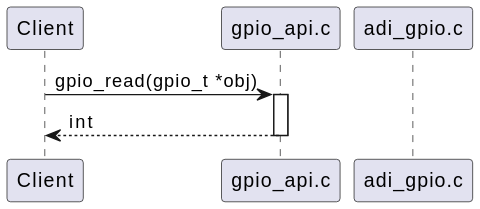
This is ai-design/sequence/gpio_read.svg from Bhagyani08/test_project, a PlantUML export, as it was before one commit.
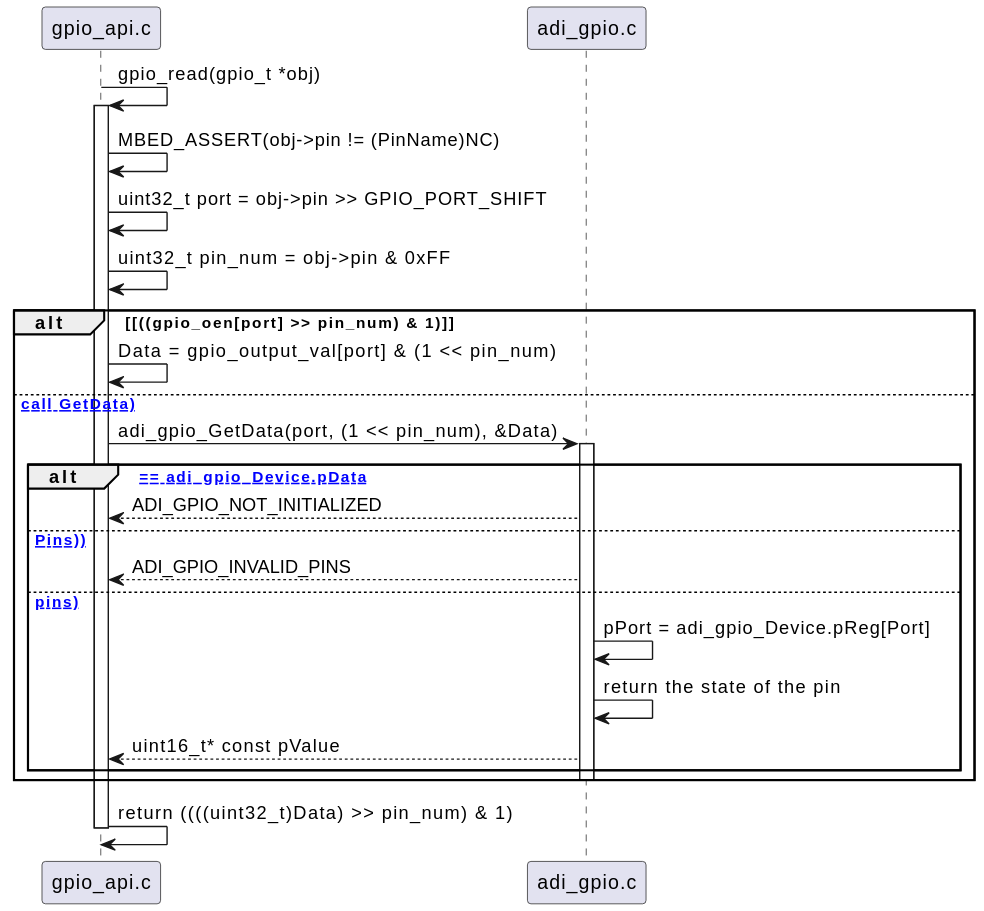
Later version of the same file.

Commit message:
Auto-update AI design diagrams

The edit, as a diff of the source:
```diff
@@ -1,12 +1,31 @@
 @startuml
-participant "Client"
 participant "gpio_api.c" as gpio_api_c
 participant "adi_gpio.c" as adi_gpio_c
 
-Client -> gpio_api_c : gpio_read(gpio_t *obj)
+gpio_api_c -> gpio_api_c : gpio_read(gpio_t *obj)
 activate gpio_api_c
 
-gpio_api_c --> Client : int
+gpio_api_c -> gpio_api_c : MBED_ASSERT(obj->pin != (PinName)NC)
+gpio_api_c -> gpio_api_c : uint32_t port = obj->pin >> GPIO_PORT_SHIFT
+gpio_api_c -> gpio_api_c : uint32_t pin_num = obj->pin & 0xFF
+alt [((gpio_oen[port] >> pin_num) & 1)]
+    gpio_api_c -> gpio_api_c : Data = gpio_output_val[port] & (1 << pin_num)
+else [(otherwise call GetData)]
+    gpio_api_c -> adi_gpio_c : adi_gpio_GetData(port, (1 << pin_num), &Data)
+    activate adi_gpio_c
+alt [NULL == adi_gpio_Device.pData]
+        adi_gpio_c --> gpio_api_c : ADI_GPIO_NOT_INITIALIZED
+else [(!ArePinsValid(Port, Pins))]
+        adi_gpio_c --> gpio_api_c : ADI_GPIO_INVALID_PINS
+else [(valid pins)]
+        adi_gpio_c -> adi_gpio_c : pPort = adi_gpio_Device.pReg[Port]
+        adi_gpio_c -> adi_gpio_c : return the state of the pin
+        adi_gpio_c --> gpio_api_c : uint16_t* const pValue
+    end
 
+    deactivate adi_gpio_c
+end
+
+gpio_api_c -> gpio_api_c : return ((((uint32_t)Data) >> pin_num) & 1)
 deactivate gpio_api_c
 @enduml
```
